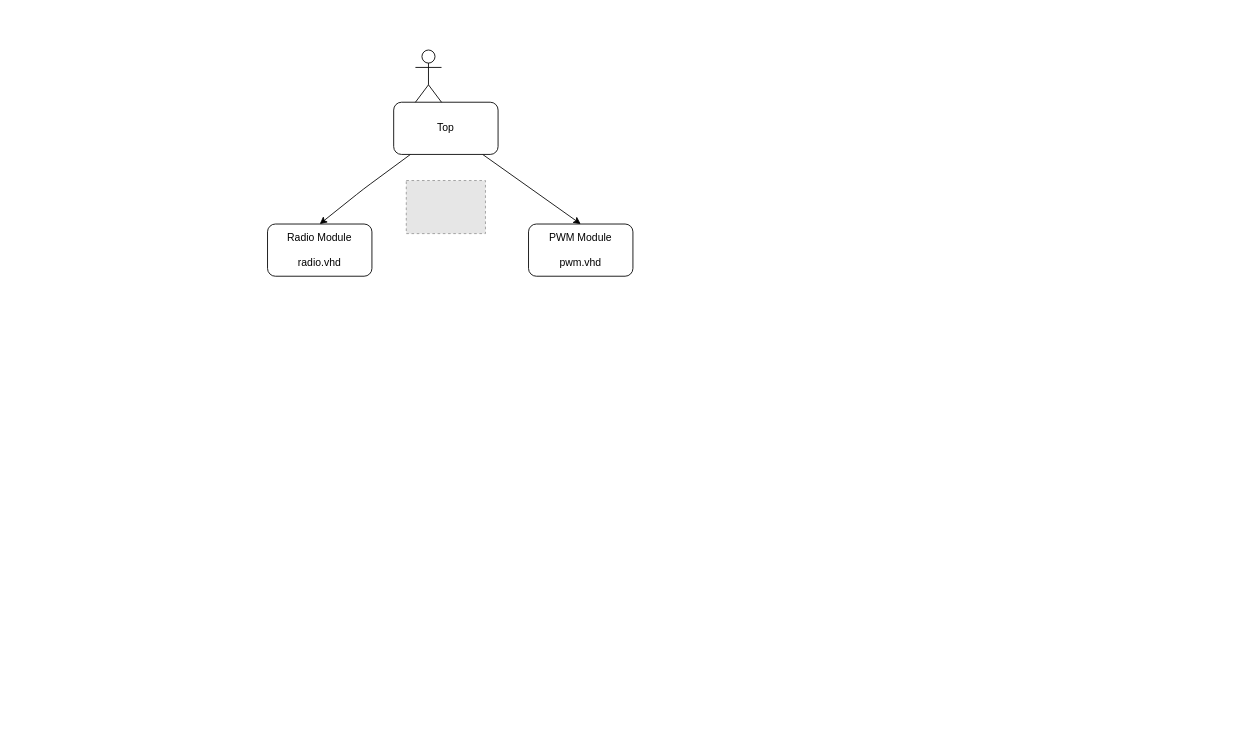
This is hierarchy.drawio from timonix/FPGAir, a draw.io file, before an edit. Source tidied: cells renumbered, new cells numbered last; positions are measured from the earlier drawing's top-left corner, leaving out a move shared by most shapes. Both pictures are drawn from the tidied source at 87%, with x=0, y=0 at pixel (267, 50). Pictures stored in the file or linked from it are replaced by grey dashed boxes.
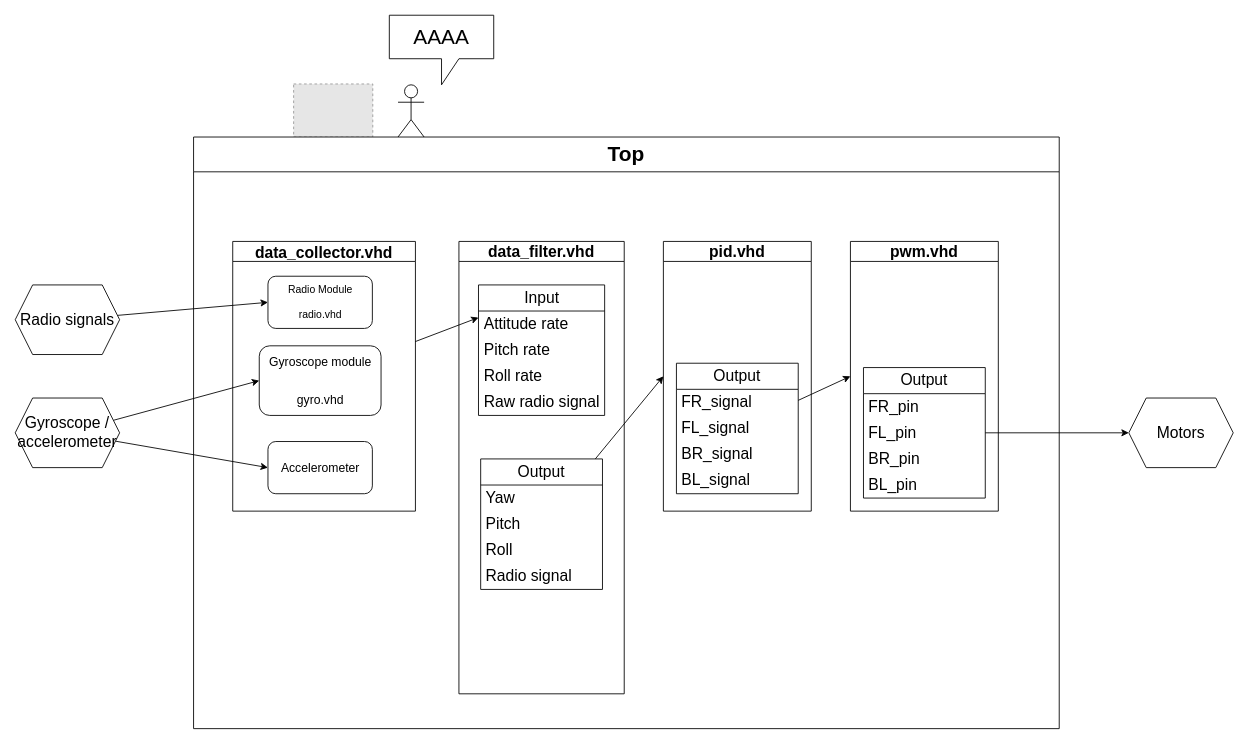
The same diagram, later.

Change to the diagram source:
```diff
@@
-    <mxCell id="2" style="edgeStyle=none;html=1;entryX=0.5;entryY=0;entryDx=0;entryDy=0;" parent="1" edge="1" source="4" target="5">
-      <mxGeometry relative="1" as="geometry">
-        <Array as="points">
-          <mxPoint x="110" y="160" />
-        </Array>
-      </mxGeometry>
-    </mxCell>
-    <mxCell id="3" style="edgeStyle=none;html=1;entryX=0.5;entryY=0;entryDx=0;entryDy=0;" parent="1" edge="1" source="4" target="8">
-      <mxGeometry relative="1" as="geometry" />
-    </mxCell>
-    <mxCell id="4" value="Top" style="rounded=1;whiteSpace=wrap;html=1;" parent="1" vertex="1">
-      <mxGeometry x="145" y="60" width="120" height="60" as="geometry" />
-    </mxCell>
-    <mxCell id="5" value="Radio Module&lt;br&gt;&lt;br&gt;radio.vhd" style="rounded=1;whiteSpace=wrap;html=1;" parent="1" vertex="1">
-      <mxGeometry y="200" width="120" height="60" as="geometry" />
-    </mxCell>
     <mxCell id="6" style="shape=umlActor;verticalLabelPosition=bottom;verticalAlign=top;html=1;" parent="1" vertex="1">
-      <mxGeometry x="170" width="30" height="60" as="geometry" />
+      <mxGeometry x="150" y="40" width="30" height="60" as="geometry" />
     </mxCell>
     <mxCell id="7" style="fillColor=#E6E6E6;strokeColor=#999999;dashed=1;html=1;verticalLabelPosition=bottom;verticalAlign=top;" parent="1" vertex="1">
-      <mxGeometry x="159.5" y="150" width="91" height="61" as="geometry" />
+      <mxGeometry x="30" y="39" width="91" height="61" as="geometry" />
     </mxCell>
-    <mxCell id="8" value="PWM Module&lt;br&gt;&lt;br&gt;pwm.vhd" style="rounded=1;whiteSpace=wrap;html=1;" parent="1" vertex="1">
-      <mxGeometry x="300" y="200" width="120" height="60" as="geometry" />
-    </mxCell>
+    <mxCell id="4" value="&lt;font style=&quot;font-size: 24px;&quot;&gt;Top&lt;/font&gt;" style="swimlane;whiteSpace=wrap;html=1;startSize=40;" parent="1" vertex="1">
+      <mxGeometry x="-85" y="100" width="995" height="680" as="geometry" />
+    </mxCell>
+    <mxCell id="9" style="edgeStyle=none;html=1;entryX=0;entryY=0.25;entryDx=0;entryDy=0;fontSize=18;" parent="4" edge="1" source="10" target="25">
+      <mxGeometry relative="1" as="geometry" />
+    </mxCell>
+    <mxCell id="10" value="&lt;font style=&quot;font-size: 18px;&quot;&gt;data_collector.vhd&lt;/font&gt;" style="swimlane;whiteSpace=wrap;html=1;fontSize=24;startSize=23;" parent="4" vertex="1">
+      <mxGeometry x="45" y="120" width="210" height="310" as="geometry" />
+    </mxCell>
+    <mxCell id="5" value="Radio Module&lt;br&gt;&lt;br&gt;radio.vhd" style="rounded=1;whiteSpace=wrap;html=1;" parent="10" vertex="1">
+      <mxGeometry x="40.5" y="40" width="120" height="60" as="geometry" />
+    </mxCell>
+    <mxCell id="11" value="&lt;font style=&quot;font-size: 14px;&quot;&gt;Gyroscope module&lt;br&gt;&lt;br&gt;gyro.vhd&lt;/font&gt;" style="rounded=1;whiteSpace=wrap;html=1;fontSize=18;" parent="10" vertex="1">
+      <mxGeometry x="30.5" y="120" width="140" height="80" as="geometry" />
+    </mxCell>
+    <mxCell id="12" value="&lt;font style=&quot;font-size: 14px;&quot;&gt;Accelerometer&lt;/font&gt;" style="rounded=1;whiteSpace=wrap;html=1;" parent="10" vertex="1">
+      <mxGeometry x="40.5" y="230" width="120" height="60" as="geometry" />
+    </mxCell>
+    <mxCell id="13" value="&lt;font style=&quot;font-size: 18px;&quot;&gt;pid.vhd&lt;/font&gt;" style="swimlane;whiteSpace=wrap;html=1;fontSize=14;" parent="4" vertex="1">
+      <mxGeometry x="540" y="120" width="170" height="310" as="geometry" />
+    </mxCell>
+    <mxCell id="14" value="Output" style="swimlane;fontStyle=0;horizontal=1;startSize=30;whiteSpace=wrap;html=1;fontSize=18;" parent="13" vertex="1">
+      <mxGeometry x="15" y="140" width="140" height="150" as="geometry" />
+    </mxCell>
+    <mxCell id="15" value="FR_signal" style="text;strokeColor=none;fillColor=none;align=left;verticalAlign=middle;spacingLeft=4;spacingRight=4;overflow=hidden;whiteSpace=wrap;html=1;fontSize=18;" parent="14" vertex="1">
+      <mxGeometry y="30" width="140" height="30" as="geometry" />
+    </mxCell>
+    <mxCell id="16" value="FL_signal" style="text;strokeColor=none;fillColor=none;align=left;verticalAlign=middle;spacingLeft=4;spacingRight=4;overflow=hidden;whiteSpace=wrap;html=1;fontSize=18;" parent="14" vertex="1">
+      <mxGeometry y="60" width="140" height="30" as="geometry" />
+    </mxCell>
+    <mxCell id="17" value="BR_signal" style="text;strokeColor=none;fillColor=none;align=left;verticalAlign=middle;spacingLeft=4;spacingRight=4;overflow=hidden;whiteSpace=wrap;html=1;fontSize=18;" parent="14" vertex="1">
+      <mxGeometry y="90" width="140" height="30" as="geometry" />
+    </mxCell>
+    <mxCell id="18" value="BL_signal" style="text;strokeColor=none;fillColor=none;align=left;verticalAlign=middle;spacingLeft=4;spacingRight=4;overflow=hidden;whiteSpace=wrap;html=1;fontSize=18;" parent="14" vertex="1">
+      <mxGeometry y="120" width="140" height="30" as="geometry" />
+    </mxCell>
+    <mxCell id="19" value="&lt;font style=&quot;font-size: 18px;&quot;&gt;data_filter.vhd&lt;/font&gt;" style="swimlane;whiteSpace=wrap;html=1;fontSize=14;startSize=23;" parent="4" vertex="1">
+      <mxGeometry x="305" y="120" width="190" height="520" as="geometry" />
+    </mxCell>
+    <mxCell id="20" value="Output" style="swimlane;fontStyle=0;horizontal=1;startSize=30;whiteSpace=wrap;html=1;fontSize=18;" parent="19" vertex="1">
+      <mxGeometry x="25" y="250" width="140" height="150" as="geometry" />
+    </mxCell>
+    <mxCell id="21" value="Yaw" style="text;strokeColor=none;fillColor=none;align=left;verticalAlign=middle;spacingLeft=4;spacingRight=4;overflow=hidden;whiteSpace=wrap;html=1;fontSize=18;" parent="20" vertex="1">
+      <mxGeometry y="30" width="140" height="30" as="geometry" />
+    </mxCell>
+    <mxCell id="22" value="Pitch" style="text;strokeColor=none;fillColor=none;align=left;verticalAlign=middle;spacingLeft=4;spacingRight=4;overflow=hidden;whiteSpace=wrap;html=1;fontSize=18;" parent="20" vertex="1">
+      <mxGeometry y="60" width="140" height="30" as="geometry" />
+    </mxCell>
+    <mxCell id="23" value="Roll" style="text;strokeColor=none;fillColor=none;align=left;verticalAlign=middle;spacingLeft=4;spacingRight=4;overflow=hidden;whiteSpace=wrap;html=1;fontSize=18;" parent="20" vertex="1">
+      <mxGeometry y="90" width="140" height="30" as="geometry" />
+    </mxCell>
+    <mxCell id="24" value="Radio signal" style="text;strokeColor=none;fillColor=none;align=left;verticalAlign=middle;spacingLeft=4;spacingRight=4;overflow=hidden;whiteSpace=wrap;html=1;fontSize=18;" parent="20" vertex="1">
+      <mxGeometry y="120" width="140" height="30" as="geometry" />
+    </mxCell>
+    <mxCell id="25" value="Input" style="swimlane;fontStyle=0;horizontal=1;startSize=30;whiteSpace=wrap;html=1;fontSize=18;" parent="19" vertex="1">
+      <mxGeometry x="22.5" y="50" width="145" height="150" as="geometry" />
+    </mxCell>
+    <mxCell id="26" value="Attitude rate" style="text;strokeColor=none;fillColor=none;align=left;verticalAlign=middle;spacingLeft=4;spacingRight=4;overflow=hidden;whiteSpace=wrap;html=1;fontSize=18;" parent="25" vertex="1">
+      <mxGeometry y="30" width="145" height="30" as="geometry" />
+    </mxCell>
+    <mxCell id="27" value="Pitch rate" style="text;strokeColor=none;fillColor=none;align=left;verticalAlign=middle;spacingLeft=4;spacingRight=4;overflow=hidden;whiteSpace=wrap;html=1;fontSize=18;" parent="25" vertex="1">
+      <mxGeometry y="60" width="145" height="30" as="geometry" />
+    </mxCell>
+    <mxCell id="28" value="Roll rate" style="text;strokeColor=none;fillColor=none;align=left;verticalAlign=middle;spacingLeft=4;spacingRight=4;overflow=hidden;whiteSpace=wrap;html=1;fontSize=18;" parent="25" vertex="1">
+      <mxGeometry y="90" width="145" height="30" as="geometry" />
+    </mxCell>
+    <mxCell id="29" value="Raw radio signal" style="text;strokeColor=none;fillColor=none;align=left;verticalAlign=middle;spacingLeft=4;spacingRight=4;overflow=hidden;whiteSpace=wrap;html=1;fontSize=18;" parent="25" vertex="1">
+      <mxGeometry y="120" width="145" height="30" as="geometry" />
+    </mxCell>
+    <mxCell id="30" style="edgeStyle=none;html=1;entryX=0;entryY=0.5;entryDx=0;entryDy=0;fontSize=18;" parent="4" edge="1" source="20" target="13">
+      <mxGeometry relative="1" as="geometry" />
+    </mxCell>
+    <mxCell id="31" value="&lt;font style=&quot;font-size: 18px;&quot;&gt;pwm.vhd&lt;/font&gt;" style="swimlane;whiteSpace=wrap;html=1;fontSize=14;" parent="4" vertex="1">
+      <mxGeometry x="755" y="120" width="170" height="310" as="geometry" />
+    </mxCell>
+    <mxCell id="32" value="Output" style="swimlane;fontStyle=0;horizontal=1;startSize=30;whiteSpace=wrap;html=1;fontSize=18;" parent="31" vertex="1">
+      <mxGeometry x="15" y="145" width="140" height="150" as="geometry" />
+    </mxCell>
+    <mxCell id="33" value="FR_pin" style="text;strokeColor=none;fillColor=none;align=left;verticalAlign=middle;spacingLeft=4;spacingRight=4;overflow=hidden;whiteSpace=wrap;html=1;fontSize=18;" parent="32" vertex="1">
+      <mxGeometry y="30" width="140" height="30" as="geometry" />
+    </mxCell>
+    <mxCell id="34" value="FL_pin" style="text;strokeColor=none;fillColor=none;align=left;verticalAlign=middle;spacingLeft=4;spacingRight=4;overflow=hidden;whiteSpace=wrap;html=1;fontSize=18;" parent="32" vertex="1">
+      <mxGeometry y="60" width="140" height="30" as="geometry" />
+    </mxCell>
+    <mxCell id="35" value="BR_pin" style="text;strokeColor=none;fillColor=none;align=left;verticalAlign=middle;spacingLeft=4;spacingRight=4;overflow=hidden;whiteSpace=wrap;html=1;fontSize=18;" parent="32" vertex="1">
+      <mxGeometry y="90" width="140" height="30" as="geometry" />
+    </mxCell>
+    <mxCell id="36" value="BL_pin" style="text;strokeColor=none;fillColor=none;align=left;verticalAlign=middle;spacingLeft=4;spacingRight=4;overflow=hidden;whiteSpace=wrap;html=1;fontSize=18;" parent="32" vertex="1">
+      <mxGeometry y="120" width="140" height="30" as="geometry" />
+    </mxCell>
+    <mxCell id="37" style="edgeStyle=none;html=1;entryX=0;entryY=0.5;entryDx=0;entryDy=0;fontSize=18;" parent="4" edge="1" source="14" target="31">
+      <mxGeometry relative="1" as="geometry" />
+    </mxCell>
+    <mxCell id="38" value="AAAA" style="shape=callout;whiteSpace=wrap;html=1;perimeter=calloutPerimeter;fontSize=24;" parent="1" vertex="1">
+      <mxGeometry x="140" y="-40" width="120" height="80" as="geometry" />
+    </mxCell>
+    <mxCell id="39" style="edgeStyle=none;html=1;entryX=0;entryY=0.5;entryDx=0;entryDy=0;fontSize=18;" parent="1" edge="1" source="40" target="5">
+      <mxGeometry relative="1" as="geometry" />
+    </mxCell>
+    <mxCell id="40" value="&lt;font style=&quot;font-size: 18px;&quot;&gt;Radio signals&lt;/font&gt;" style="shape=hexagon;perimeter=hexagonPerimeter2;whiteSpace=wrap;html=1;fixedSize=1;fontSize=12;" parent="1" vertex="1">
+      <mxGeometry x="-290" y="270" width="120" height="80" as="geometry" />
+    </mxCell>
+    <mxCell id="41" style="edgeStyle=none;html=1;entryX=0;entryY=0.5;entryDx=0;entryDy=0;fontSize=18;" parent="1" edge="1" source="43" target="11">
+      <mxGeometry relative="1" as="geometry" />
+    </mxCell>
+    <mxCell id="42" style="edgeStyle=none;html=1;entryX=0;entryY=0.5;entryDx=0;entryDy=0;fontSize=14;" parent="1" edge="1" source="43" target="12">
+      <mxGeometry relative="1" as="geometry" />
+    </mxCell>
+    <mxCell id="43" value="Gyroscope / accelerometer" style="shape=hexagon;perimeter=hexagonPerimeter2;whiteSpace=wrap;html=1;fixedSize=1;fontSize=18;" parent="1" vertex="1">
+      <mxGeometry x="-290" y="400" width="120" height="80" as="geometry" />
+    </mxCell>
+    <mxCell id="44" value="Motors" style="shape=hexagon;perimeter=hexagonPerimeter2;whiteSpace=wrap;html=1;fixedSize=1;fontSize=18;" parent="1" vertex="1">
+      <mxGeometry x="990" y="400" width="120" height="80" as="geometry" />
+    </mxCell>
+    <mxCell id="45" style="edgeStyle=none;html=1;entryX=0;entryY=0.5;entryDx=0;entryDy=0;fontSize=18;" parent="1" edge="1" source="32" target="44">
+      <mxGeometry relative="1" as="geometry" />
+    </mxCell>
```
